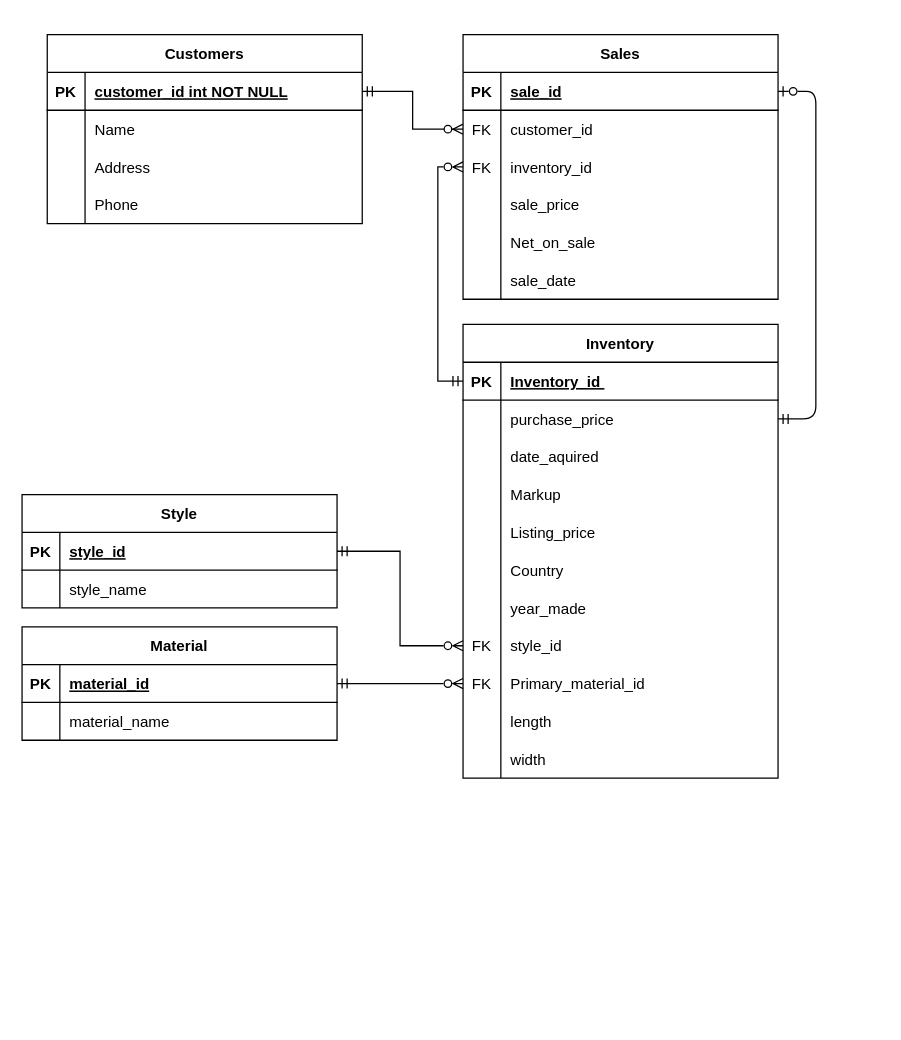
The draw.io diagram lab4/ER_daigram.drawio in ozarikar/csc362_f24_zarikar, before the edit. Source tidied: cells renumbered, new cells numbered last; positions are measured from the earlier drawing's top-left corner, leaving out a move shared by most shapes. Both pictures are drawn from the tidied source at 126%, with x=0, y=0 at pixel (21, 34).
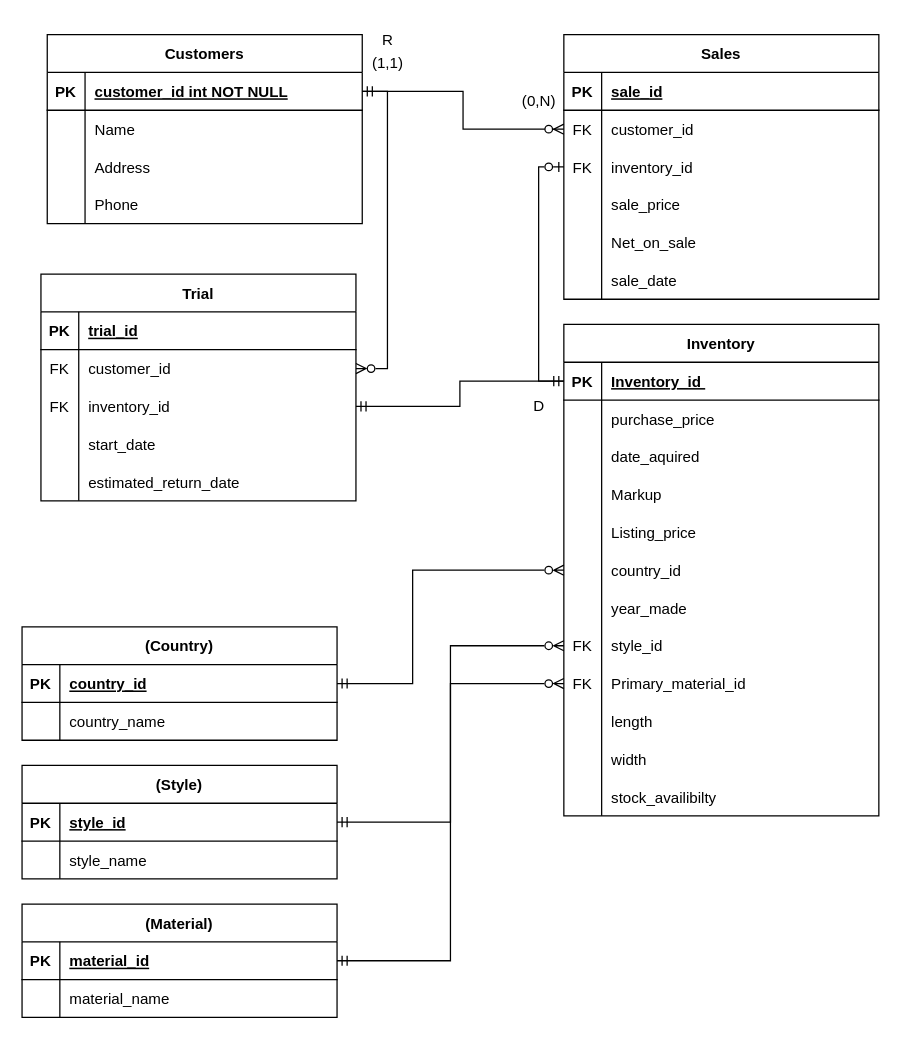
Above is the later version.

The change refers to these unchanged cells:
```xml
<mxCell id="5" style="shape=partialRectangle;fillColor=none;points=[[0,0.5],[1,0.5]];portConstraint=eastwest;top=0;left=0;right=0;bottom=1;" parent="4" vertex="1">
  <mxGeometry y="30" width="250" height="30" as="geometry" />
</mxCell>
<mxCell id="11" style="shape=partialRectangle;fillColor=none;points=[[0,0.5],[1,0.5]];portConstraint=eastwest;top=0;left=0;right=0;bottom=0;" parent="4" vertex="1">
  <mxGeometry y="90" width="250" height="30" as="geometry" />
</mxCell>
<mxCell id="24" style="shape=partialRectangle;fillColor=none;points=[[0,0.5],[1,0.5]];portConstraint=eastwest;top=0;left=0;right=0;bottom=1;" parent="23" vertex="1">
  <mxGeometry y="30" width="250" height="30" as="geometry" />
</mxCell>
<mxCell id="27" style="shape=partialRectangle;fillColor=none;points=[[0,0.5],[1,0.5]];portConstraint=eastwest;top=0;left=0;right=0;bottom=0;" parent="23" vertex="1">
  <mxGeometry y="60" width="250" height="30" as="geometry" />
</mxCell>
<mxCell id="39" style="shape=partialRectangle;fillColor=none;points=[[0,0.5],[1,0.5]];portConstraint=eastwest;top=0;left=0;right=0;bottom=0;" parent="23" vertex="1">
  <mxGeometry y="180" width="250" height="30" as="geometry" />
</mxCell>
<mxCell id="58" style="shape=partialRectangle;fillColor=none;points=[[0,0.5],[1,0.5]];portConstraint=eastwest;top=0;left=0;right=0;bottom=1;" parent="57" vertex="1">
  <mxGeometry y="30" width="250" height="30" as="geometry" />
</mxCell>
```

Change to the diagram source:
```diff
@@
-    <mxCell id="3" style="edgeStyle=entityRelationEdgeStyle;endArrow=ERmandOne;startArrow=ERzeroToOne;endFill=0;startFill=0;" parent="1" edge="1" source="5" target="27">
-      <mxGeometry relative="1" as="geometry" />
-    </mxCell>
     <mxCell id="4" value="Sales" style="shape=table;startSize=30;childLayout=tableLayout;rowLines=0;fontStyle=1;align=center;" parent="1" vertex="1">
-      <mxGeometry x="350" width="250" height="210" as="geometry" />
+      <mxGeometry x="430" width="250" height="210" as="geometry" />
     </mxCell>
@@
     <mxCell id="23" value="Inventory" style="shape=table;startSize=30;childLayout=tableLayout;rowLines=0;fontStyle=1;align=center;" parent="1" vertex="1">
-      <mxGeometry x="350" y="230" width="250" height="360" as="geometry" />
+      <mxGeometry x="430" y="230" width="250" height="390" as="geometry" />
     </mxCell>
@@
-    <mxCell id="41" value="Country" style="shape=partialRectangle;overflow=hidden;fillColor=none;top=0;left=0;bottom=0;right=0;align=left;spacingLeft=6;" parent="39" vertex="1">
+    <mxCell id="41" value="country_id" style="shape=partialRectangle;overflow=hidden;fillColor=none;top=0;left=0;bottom=0;right=0;align=left;spacingLeft=6;" parent="39" vertex="1">
       <mxGeometry x="30" width="220" height="30" as="geometry" />
     </mxCell>
@@
+    <mxCell id="87" style="shape=partialRectangle;fillColor=none;top=0;left=0;right=0;bottom=0;" parent="23" vertex="1">
+      <mxGeometry y="360" width="250" height="30" as="geometry" />
+    </mxCell>
+    <mxCell id="88" style="shape=partialRectangle;overflow=hidden;fillColor=none;top=0;left=0;bottom=0;right=0;" parent="87" vertex="1">
+      <mxGeometry width="30" height="30" as="geometry" />
+    </mxCell>
+    <mxCell id="89" value="stock_availibilty" style="shape=partialRectangle;overflow=hidden;fillColor=none;top=0;left=0;bottom=0;right=0;align=left;spacingLeft=6;" parent="87" vertex="1">
+      <mxGeometry x="30" width="220" height="30" as="geometry" />
+    </mxCell>
@@
-    <mxCell id="70" value="Style" style="shape=table;startSize=30;childLayout=tableLayout;rowLines=0;fontStyle=1;align=center;" parent="1" vertex="1">
-      <mxGeometry y="365" width="250" height="90" as="geometry" />
+    <mxCell id="70" value="(Style)" style="shape=table;startSize=30;childLayout=tableLayout;rowLines=0;fontStyle=1;align=center;" parent="1" vertex="1">
+      <mxGeometry y="580" width="250" height="90" as="geometry" />
     </mxCell>
@@
-    <mxCell id="77" value="Material" style="shape=table;startSize=30;childLayout=tableLayout;rowLines=0;fontStyle=1;align=center;" parent="1" vertex="1">
-      <mxGeometry y="470" width="250" height="90" as="geometry" />
+    <mxCell id="77" value="(Material)" style="shape=table;startSize=30;childLayout=tableLayout;rowLines=0;fontStyle=1;align=center;" parent="1" vertex="1">
+      <mxGeometry y="690" width="250" height="90" as="geometry" />
     </mxCell>
@@
-    <mxCell id="86" style="edgeStyle=orthogonalEdgeStyle;rounded=0;jettySize=auto;html=1;exitX=0;exitY=0.5;exitDx=0;exitDy=0;entryX=0;entryY=0.5;entryDx=0;entryDy=0;endArrow=ERzeroToMany;endFill=0;startArrow=ERmandOne;startFill=0;" parent="1" edge="1" source="24" target="11">
+    <mxCell id="86" style="edgeStyle=orthogonalEdgeStyle;rounded=0;jettySize=auto;html=1;exitX=0;exitY=0.5;exitDx=0;exitDy=0;entryX=0;entryY=0.5;entryDx=0;entryDy=0;endArrow=ERzeroToOne;endFill=0;startArrow=ERmandOne;startFill=0;" parent="1" edge="1" source="24" target="11">
       <mxGeometry relative="1" as="geometry" />
     </mxCell>
+    <mxCell id="90" value="(1,1)" style="text;html=1;align=center;verticalAlign=middle;strokeColor=none;fillColor=none;" parent="1" vertex="1">
+      <mxGeometry x="265" y="8" width="50" height="30" as="geometry" />
+    </mxCell>
+    <mxCell id="91" value="(0,N)" style="text;html=1;align=center;verticalAlign=middle;strokeColor=none;fillColor=none;" parent="1" vertex="1">
+      <mxGeometry x="385" y="38" width="50" height="30" as="geometry" />
+    </mxCell>
+    <mxCell id="92" value="R" style="text;html=1;align=center;verticalAlign=middle;strokeColor=none;fillColor=none;" parent="1" vertex="1">
+      <mxGeometry x="275" y="-10" width="30" height="30" as="geometry" />
+    </mxCell>
+    <mxCell id="93" value="D" style="text;html=1;align=center;verticalAlign=middle;strokeColor=none;fillColor=none;" parent="1" vertex="1">
+      <mxGeometry x="395" y="280" width="30" height="30" as="geometry" />
+    </mxCell>
+    <mxCell id="94" value="Trial" style="shape=table;startSize=30;childLayout=tableLayout;rowLines=0;fontStyle=1;align=center;" parent="1" vertex="1">
+      <mxGeometry x="15" y="190" width="250" height="180" as="geometry" />
+    </mxCell>
+    <mxCell id="95" style="shape=partialRectangle;fillColor=none;top=0;left=0;right=0;bottom=1;" parent="94" vertex="1">
+      <mxGeometry y="30" width="250" height="30" as="geometry" />
+    </mxCell>
+    <mxCell id="96" value="PK" style="shape=partialRectangle;overflow=hidden;fillColor=none;top=0;left=0;bottom=0;right=0;fontStyle=1;" parent="95" vertex="1">
+      <mxGeometry width="30" height="30" as="geometry" />
+    </mxCell>
+    <mxCell id="97" value="trial_id" style="shape=partialRectangle;overflow=hidden;fillColor=none;top=0;left=0;bottom=0;right=0;align=left;spacingLeft=6;fontStyle=5;" parent="95" vertex="1">
+      <mxGeometry x="30" width="220" height="30" as="geometry" />
+    </mxCell>
+    <mxCell id="98" style="shape=partialRectangle;fillColor=none;points=[[0,0.5],[1,0.5]];portConstraint=eastwest;top=0;left=0;right=0;bottom=0;" parent="94" vertex="1">
+      <mxGeometry y="60" width="250" height="30" as="geometry" />
+    </mxCell>
+    <mxCell id="99" value="FK" style="shape=partialRectangle;overflow=hidden;fillColor=none;top=0;left=0;bottom=0;right=0;" parent="98" vertex="1">
+      <mxGeometry width="30" height="30" as="geometry" />
+    </mxCell>
+    <mxCell id="100" value="customer_id" style="shape=partialRectangle;overflow=hidden;fillColor=none;top=0;left=0;bottom=0;right=0;align=left;spacingLeft=6;" parent="98" vertex="1">
+      <mxGeometry x="30" width="220" height="30" as="geometry" />
+    </mxCell>
+    <mxCell id="101" style="shape=partialRectangle;fillColor=none;points=[[0,0.5],[1,0.5]];portConstraint=eastwest;top=0;left=0;right=0;bottom=0;" parent="94" vertex="1">
+      <mxGeometry y="90" width="250" height="30" as="geometry" />
+    </mxCell>
+    <mxCell id="102" value="FK" style="shape=partialRectangle;overflow=hidden;fillColor=none;top=0;left=0;bottom=0;right=0;" parent="101" vertex="1">
+      <mxGeometry width="30" height="30" as="geometry" />
+    </mxCell>
+    <mxCell id="103" value="inventory_id" style="shape=partialRectangle;overflow=hidden;fillColor=none;top=0;left=0;bottom=0;right=0;align=left;spacingLeft=6;" parent="101" vertex="1">
+      <mxGeometry x="30" width="220" height="30" as="geometry" />
+    </mxCell>
+    <mxCell id="104" style="shape=partialRectangle;fillColor=none;top=0;left=0;right=0;bottom=0;" parent="94" vertex="1">
+      <mxGeometry y="120" width="250" height="30" as="geometry" />
+    </mxCell>
+    <mxCell id="105" style="shape=partialRectangle;overflow=hidden;fillColor=none;top=0;left=0;bottom=0;right=0;" parent="104" vertex="1">
+      <mxGeometry width="30" height="30" as="geometry" />
+    </mxCell>
+    <mxCell id="106" value="start_date" style="shape=partialRectangle;overflow=hidden;fillColor=none;top=0;left=0;bottom=0;right=0;align=left;spacingLeft=6;" parent="104" vertex="1">
+      <mxGeometry x="30" width="220" height="30" as="geometry" />
+    </mxCell>
+    <mxCell id="107" style="shape=partialRectangle;fillColor=none;top=0;left=0;right=0;bottom=0;" parent="94" vertex="1">
+      <mxGeometry y="150" width="250" height="30" as="geometry" />
+    </mxCell>
+    <mxCell id="108" style="shape=partialRectangle;overflow=hidden;fillColor=none;top=0;left=0;bottom=0;right=0;" parent="107" vertex="1">
+      <mxGeometry width="30" height="30" as="geometry" />
+    </mxCell>
+    <mxCell id="109" value="estimated_return_date" style="shape=partialRectangle;overflow=hidden;fillColor=none;top=0;left=0;bottom=0;right=0;align=left;spacingLeft=6;" parent="107" vertex="1">
+      <mxGeometry x="30" width="220" height="30" as="geometry" />
+    </mxCell>
+    <mxCell id="110" style="edgeStyle=orthogonalEdgeStyle;rounded=0;jettySize=auto;html=1;exitX=1;exitY=0.5;exitDx=0;exitDy=0;entryX=1;entryY=0.5;entryDx=0;entryDy=0;endArrow=none;endFill=0;startArrow=ERzeroToMany;startFill=0;" parent="1" edge="1" source="98" target="58">
+      <mxGeometry relative="1" as="geometry" />
+    </mxCell>
+    <mxCell id="111" style="edgeStyle=orthogonalEdgeStyle;rounded=0;jettySize=auto;html=1;exitX=0;exitY=0.5;exitDx=0;exitDy=0;entryX=1;entryY=0.5;entryDx=0;entryDy=0;endArrow=ERmandOne;endFill=0;" parent="1" edge="1" source="24" target="101">
+      <mxGeometry relative="1" as="geometry" />
+    </mxCell>
+    <mxCell id="112" value="(Country)" style="shape=table;startSize=30;childLayout=tableLayout;rowLines=0;fontStyle=1;align=center;" parent="1" vertex="1">
+      <mxGeometry y="470" width="250" height="90" as="geometry" />
+    </mxCell>
+    <mxCell id="113" style="shape=partialRectangle;fillColor=none;points=[[0,0.5],[1,0.5]];portConstraint=eastwest;top=0;left=0;right=0;bottom=1;" parent="112" vertex="1">
+      <mxGeometry y="30" width="250" height="30" as="geometry" />
+    </mxCell>
+    <mxCell id="114" value="PK" style="shape=partialRectangle;overflow=hidden;fillColor=none;top=0;left=0;bottom=0;right=0;fontStyle=1;" parent="113" vertex="1">
+      <mxGeometry width="30" height="30" as="geometry" />
+    </mxCell>
+    <mxCell id="115" value="country_id" style="shape=partialRectangle;overflow=hidden;fillColor=none;top=0;left=0;bottom=0;right=0;align=left;spacingLeft=6;fontStyle=5;" parent="113" vertex="1">
+      <mxGeometry x="30" width="220" height="30" as="geometry" />
+    </mxCell>
+    <mxCell id="116" style="shape=partialRectangle;fillColor=none;top=0;left=0;right=0;bottom=0;" parent="112" vertex="1">
+      <mxGeometry y="60" width="250" height="30" as="geometry" />
+    </mxCell>
+    <mxCell id="117" style="shape=partialRectangle;overflow=hidden;fillColor=none;top=0;left=0;bottom=0;right=0;" parent="116" vertex="1">
+      <mxGeometry width="30" height="30" as="geometry" />
+    </mxCell>
+    <mxCell id="118" value="country_name" style="shape=partialRectangle;overflow=hidden;fillColor=none;top=0;left=0;bottom=0;right=0;align=left;spacingLeft=6;" parent="116" vertex="1">
+      <mxGeometry x="30" width="220" height="30" as="geometry" />
+    </mxCell>
+    <mxCell id="119" style="edgeStyle=orthogonalEdgeStyle;rounded=0;jettySize=auto;html=1;exitX=0;exitY=0.5;exitDx=0;exitDy=0;entryX=1;entryY=0.5;entryDx=0;entryDy=0;endArrow=ERmandOne;endFill=0;startArrow=ERzeroToMany;startFill=0;" parent="1" edge="1" source="39" target="113">
+      <mxGeometry relative="1" as="geometry">
+        <Array as="points">
+          <mxPoint x="310" y="425" />
+          <mxPoint x="310" y="515" />
+        </Array>
+      </mxGeometry>
+    </mxCell>
```
